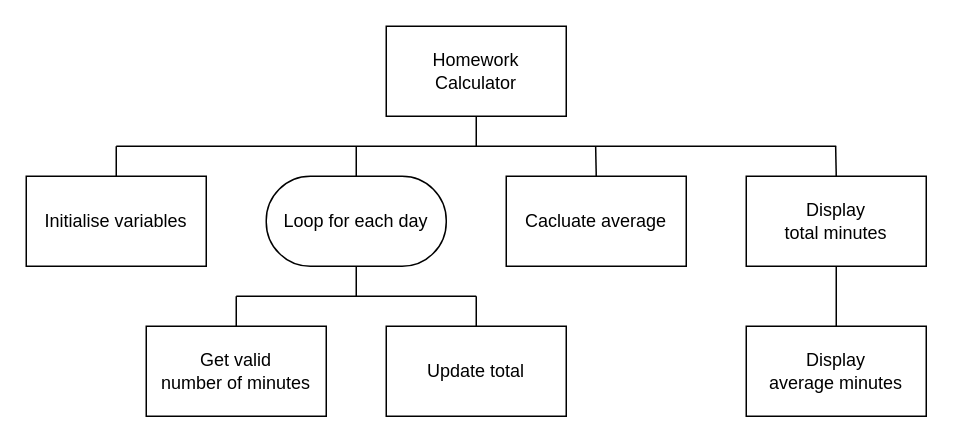
Above: n5-cs/sdd/N5-SDD-Homework/assets/N5-SDD-Homework.drawio in MrFriendCS/MrFriendCS.github.io (draw.io), before the change. Source tidied: cells renumbered, new cells numbered last; positions are measured from the earlier drawing's top-left corner, leaving out a move shared by most shapes. Both pictures are drawn from the tidied source at 150%, with x=0, y=0 at pixel (26, 26).
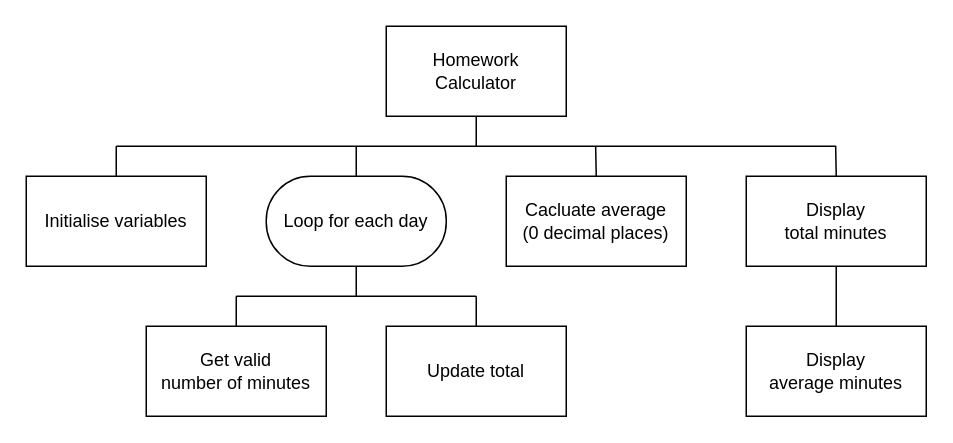
Above is the later version.

The edit, as a diff of the source:
```diff
@@
-    <mxCell id="15" value="&lt;font style=&quot;font-size: 12px;&quot;&gt;Cacluate average&lt;/font&gt;" style="rounded=0;whiteSpace=wrap;html=1;fontFamily=Helvetica;fontSize=11;fontColor=default;labelBackgroundColor=none;fillColor=none;" parent="1" vertex="1">
+    <mxCell id="15" value="&lt;font style=&quot;font-size: 12px;&quot;&gt;Cacluate average&lt;/font&gt;&lt;div&gt;&lt;font style=&quot;font-size: 12px;&quot;&gt;(0 decimal places)&lt;/font&gt;&lt;/div&gt;" style="rounded=0;whiteSpace=wrap;html=1;fontFamily=Helvetica;fontSize=11;fontColor=default;labelBackgroundColor=none;fillColor=none;" parent="1" vertex="1">
       <mxGeometry x="320" y="100" width="120" height="60" as="geometry" />
     </mxCell>
```
